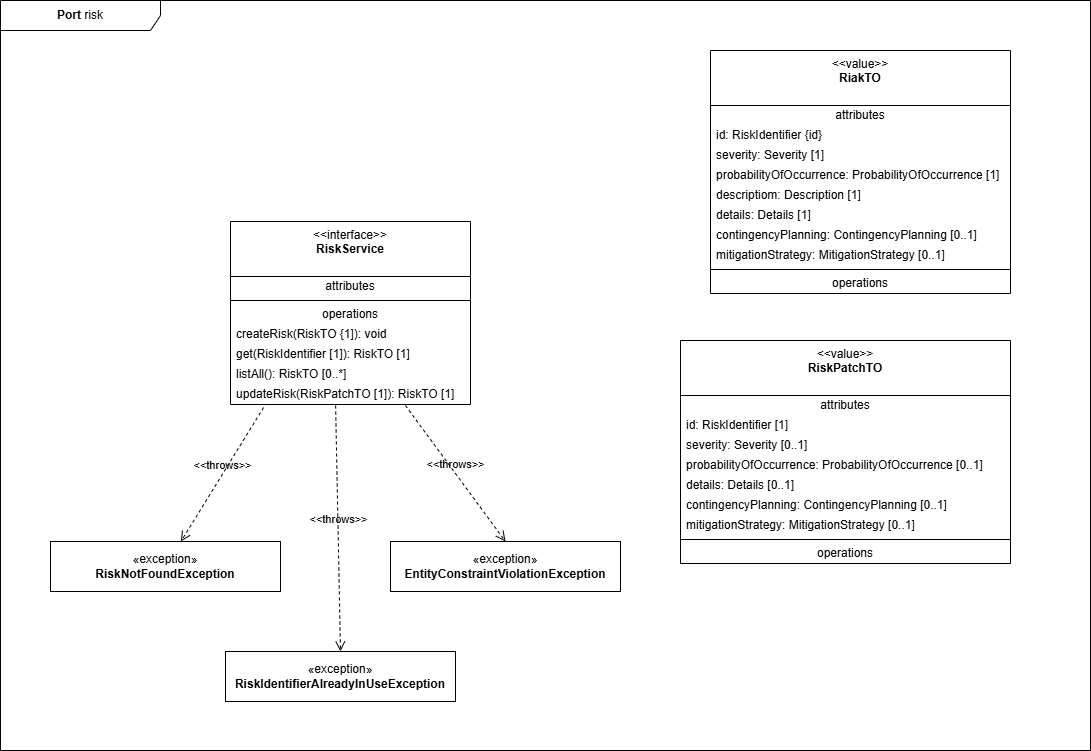
stueberm1/riskmanager keeps this draw.io diagram as documentation/arc-documentation/images/05_building_block_view/coresystem/port-core-in-risk.drawio.png. Above is the earlier version. Source tidied: cells renumbered, new cells last; positions are measured from the earlier drawing's top-left corner, leaving out a move shared by most shapes.
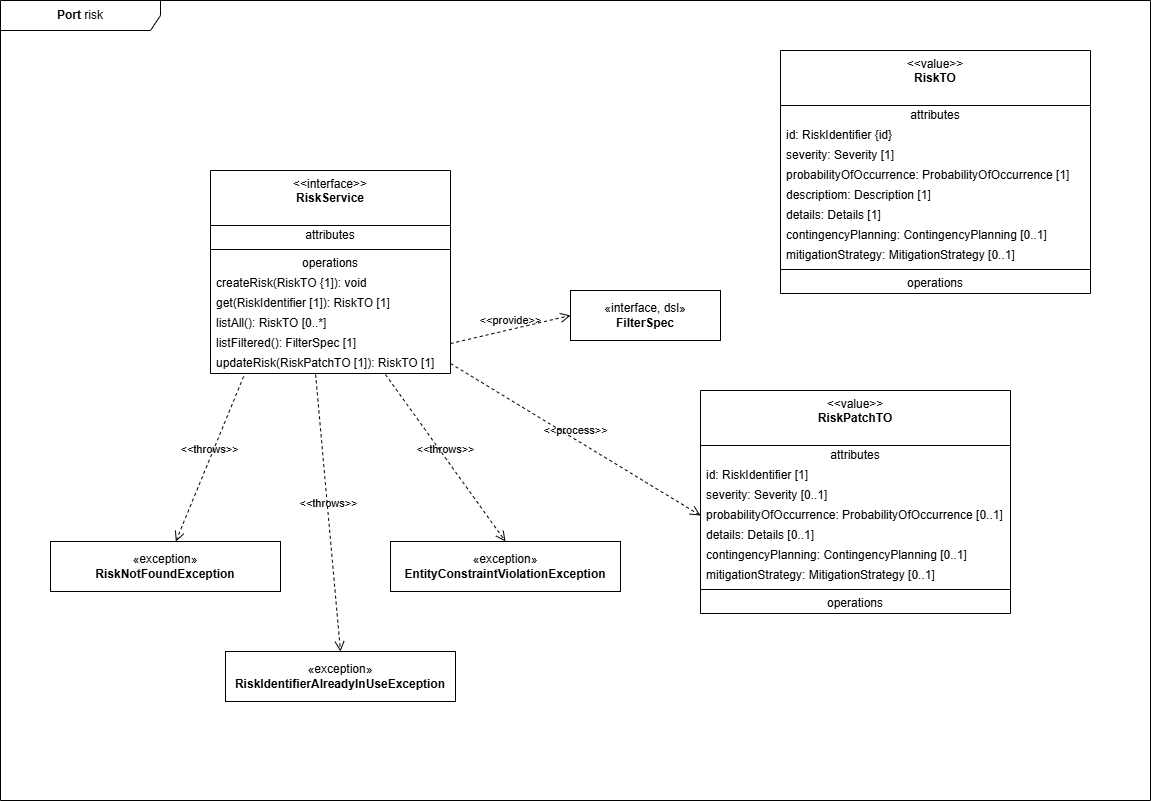
Later version of the same file.

What changed in the source:
```diff
@@ -3,10 +3,10 @@
     <mxCell id="0" />
     <mxCell id="1" parent="0" />
     <mxCell id="2" value="&lt;b&gt;Port&lt;/b&gt;&amp;nbsp;risk" style="shape=umlFrame;whiteSpace=wrap;html=1;width=160;" parent="1" vertex="1">
-      <mxGeometry width="1090" height="750" as="geometry" />
+      <mxGeometry width="1150" height="800" as="geometry" />
     </mxCell>
     <mxCell id="3" value="&amp;lt;&amp;lt;interface&amp;gt;&amp;gt;&lt;br&gt;&lt;b&gt;RiskService&lt;/b&gt;" style="swimlane;fontStyle=0;align=center;verticalAlign=top;horizontal=1;startSize=55;html=1;whiteSpace=wrap;" parent="2" vertex="1">
-      <mxGeometry x="230" y="221" width="240" height="183" as="geometry" />
+      <mxGeometry x="210" y="170" width="240" height="203" as="geometry" />
     </mxCell>
     <mxCell id="4" value="attributes" style="text;html=1;strokeColor=none;fillColor=none;align=center;verticalAlign=middle;spacingLeft=4;spacingRight=4;overflow=hidden;whiteSpace=wrap;" parent="3" vertex="1">
       <mxGeometry y="55" width="240" height="20" as="geometry" />
@@ -26,71 +26,74 @@
     <mxCell id="9" value="listAll(): RiskTO [0..*]" style="text;html=1;strokeColor=none;fillColor=none;align=left;verticalAlign=middle;spacingLeft=4;spacingRight=4;overflow=hidden;whiteSpace=wrap;" parent="3" vertex="1">
       <mxGeometry y="143" width="240" height="20" as="geometry" />
     </mxCell>
+    <mxCell id="38" value="listFiltered(): FilterSpec [1]" style="text;html=1;strokeColor=none;fillColor=none;align=left;verticalAlign=middle;spacingLeft=4;spacingRight=4;overflow=hidden;points=[[0,0.5],[1,0.5]];portConstraint=eastwest;whiteSpace=wrap;" parent="3" vertex="1">
+      <mxGeometry y="163" width="240" height="20" as="geometry" />
+    </mxCell>
     <mxCell id="10" value="updateRisk(RiskPatchTO [1]): RiskTO [1]" style="text;html=1;strokeColor=none;fillColor=none;align=left;verticalAlign=middle;spacingLeft=4;spacingRight=4;overflow=hidden;points=[[0,0.5],[1,0.5]];portConstraint=eastwest;whiteSpace=wrap;" parent="3" vertex="1">
-      <mxGeometry y="163" width="240" height="20" as="geometry" />
+      <mxGeometry y="183" width="240" height="20" as="geometry" />
     </mxCell>
-    <mxCell id="11" value="&amp;lt;&amp;lt;value&amp;gt;&amp;gt;&lt;br&gt;&lt;b&gt;RiakTO&lt;/b&gt;" style="swimlane;fontStyle=0;align=center;verticalAlign=top;horizontal=1;startSize=55;html=1;whiteSpace=wrap;" parent="2" vertex="1">
-      <mxGeometry x="710" y="50" width="300" height="243" as="geometry" />
+    <mxCell id="11" value="&amp;lt;&amp;lt;value&amp;gt;&amp;gt;&lt;br&gt;&lt;b&gt;RiskTO&lt;/b&gt;" style="swimlane;fontStyle=0;align=center;verticalAlign=top;horizontal=1;startSize=55;html=1;whiteSpace=wrap;" parent="2" vertex="1">
+      <mxGeometry x="780" y="50" width="310" height="243" as="geometry" />
     </mxCell>
     <mxCell id="12" value="attributes" style="text;html=1;strokeColor=none;fillColor=none;align=center;verticalAlign=middle;spacingLeft=4;spacingRight=4;overflow=hidden;whiteSpace=wrap;" parent="11" vertex="1">
-      <mxGeometry y="55" width="300" height="20" as="geometry" />
+      <mxGeometry y="55" width="310" height="20" as="geometry" />
     </mxCell>
     <mxCell id="13" value="id: RiskIdentifier {id}" style="text;html=1;strokeColor=none;fillColor=none;align=left;verticalAlign=middle;spacingLeft=4;spacingRight=4;overflow=hidden;whiteSpace=wrap;" parent="11" vertex="1">
-      <mxGeometry y="75" width="300" height="20" as="geometry" />
+      <mxGeometry y="75" width="310" height="20" as="geometry" />
     </mxCell>
     <mxCell id="14" value="severity: Severity [1]" style="text;html=1;strokeColor=none;fillColor=none;align=left;verticalAlign=middle;spacingLeft=4;spacingRight=4;overflow=hidden;whiteSpace=wrap;" parent="11" vertex="1">
-      <mxGeometry y="95" width="300" height="20" as="geometry" />
+      <mxGeometry y="95" width="310" height="20" as="geometry" />
     </mxCell>
     <mxCell id="15" value="probabilityOfOccurrence: ProbabilityOfOccurrence [1]" style="text;html=1;strokeColor=none;fillColor=none;align=left;verticalAlign=middle;spacingLeft=4;spacingRight=4;overflow=hidden;whiteSpace=wrap;" parent="11" vertex="1">
-      <mxGeometry y="115" width="300" height="20" as="geometry" />
+      <mxGeometry y="115" width="310" height="20" as="geometry" />
     </mxCell>
     <mxCell id="16" value="descriptiom: Description [1]" style="text;html=1;strokeColor=none;fillColor=none;align=left;verticalAlign=middle;spacingLeft=4;spacingRight=4;overflow=hidden;whiteSpace=wrap;" parent="11" vertex="1">
-      <mxGeometry y="135" width="300" height="20" as="geometry" />
+      <mxGeometry y="135" width="310" height="20" as="geometry" />
     </mxCell>
     <mxCell id="17" value="details: Details [1]" style="text;html=1;strokeColor=none;fillColor=none;align=left;verticalAlign=middle;spacingLeft=4;spacingRight=4;overflow=hidden;whiteSpace=wrap;" parent="11" vertex="1">
-      <mxGeometry y="155" width="300" height="20" as="geometry" />
+      <mxGeometry y="155" width="310" height="20" as="geometry" />
     </mxCell>
     <mxCell id="18" value="contingencyPlanning: ContingencyPlanning [0..1]" style="text;html=1;strokeColor=none;fillColor=none;align=left;verticalAlign=middle;spacingLeft=4;spacingRight=4;overflow=hidden;whiteSpace=wrap;" parent="11" vertex="1">
-      <mxGeometry y="175" width="300" height="20" as="geometry" />
+      <mxGeometry y="175" width="310" height="20" as="geometry" />
     </mxCell>
     <mxCell id="19" value="mitigationStrategy: MitigationStrategy [0..1]" style="text;html=1;strokeColor=none;fillColor=none;align=left;verticalAlign=middle;spacingLeft=4;spacingRight=4;overflow=hidden;whiteSpace=wrap;" parent="11" vertex="1">
-      <mxGeometry y="195" width="300" height="20" as="geometry" />
+      <mxGeometry y="195" width="310" height="20" as="geometry" />
     </mxCell>
     <mxCell id="20" style="line;strokeWidth=1;fillColor=none;align=left;verticalAlign=middle;spacingTop=-1;spacingLeft=3;spacingRight=3;labelPosition=right;" parent="11" vertex="1">
-      <mxGeometry y="215" width="300" height="8" as="geometry" />
+      <mxGeometry y="215" width="310" height="8" as="geometry" />
     </mxCell>
     <mxCell id="21" value="operations" style="text;html=1;strokeColor=none;fillColor=none;align=center;verticalAlign=middle;spacingLeft=4;spacingRight=4;overflow=hidden;whiteSpace=wrap;" parent="11" vertex="1">
-      <mxGeometry y="223" width="300" height="20" as="geometry" />
+      <mxGeometry y="223" width="310" height="20" as="geometry" />
     </mxCell>
     <mxCell id="22" value="&amp;lt;&amp;lt;value&amp;gt;&amp;gt;&lt;br&gt;&lt;b&gt;RiskPatchTO&lt;/b&gt;" style="swimlane;fontStyle=0;align=center;verticalAlign=top;horizontal=1;startSize=55;html=1;whiteSpace=wrap;" parent="2" vertex="1">
-      <mxGeometry x="680" y="340" width="330" height="223" as="geometry" />
+      <mxGeometry x="700" y="390" width="310" height="223" as="geometry" />
     </mxCell>
     <mxCell id="23" value="attributes" style="text;html=1;strokeColor=none;fillColor=none;align=center;verticalAlign=middle;spacingLeft=4;spacingRight=4;overflow=hidden;whiteSpace=wrap;" parent="22" vertex="1">
-      <mxGeometry y="55" width="330" height="20" as="geometry" />
+      <mxGeometry y="55" width="310" height="20" as="geometry" />
     </mxCell>
     <mxCell id="24" value="id: RiskIdentifier [1]" style="text;html=1;strokeColor=none;fillColor=none;align=left;verticalAlign=middle;spacingLeft=4;spacingRight=4;overflow=hidden;whiteSpace=wrap;" parent="22" vertex="1">
-      <mxGeometry y="75" width="330" height="20" as="geometry" />
+      <mxGeometry y="75" width="310" height="20" as="geometry" />
     </mxCell>
     <mxCell id="25" value="severity: Severity [0..1]" style="text;html=1;strokeColor=none;fillColor=none;align=left;verticalAlign=middle;spacingLeft=4;spacingRight=4;overflow=hidden;whiteSpace=wrap;" parent="22" vertex="1">
-      <mxGeometry y="95" width="330" height="20" as="geometry" />
+      <mxGeometry y="95" width="310" height="20" as="geometry" />
     </mxCell>
     <mxCell id="26" value="probabilityOfOccurrence: ProbabilityOfOccurrence [0..1]" style="text;html=1;strokeColor=none;fillColor=none;align=left;verticalAlign=middle;spacingLeft=4;spacingRight=4;overflow=hidden;points=[[0,0.5],[1,0.5]];portConstraint=eastwest;whiteSpace=wrap;" parent="22" vertex="1">
-      <mxGeometry y="115" width="330" height="20" as="geometry" />
+      <mxGeometry y="115" width="310" height="20" as="geometry" />
     </mxCell>
     <mxCell id="27" value="details: Details [0..1]" style="text;html=1;strokeColor=none;fillColor=none;align=left;verticalAlign=middle;spacingLeft=4;spacingRight=4;overflow=hidden;whiteSpace=wrap;" parent="22" vertex="1">
-      <mxGeometry y="135" width="330" height="20" as="geometry" />
+      <mxGeometry y="135" width="310" height="20" as="geometry" />
     </mxCell>
     <mxCell id="28" value="contingencyPlanning: ContingencyPlanning [0..1]" style="text;html=1;strokeColor=none;fillColor=none;align=left;verticalAlign=middle;spacingLeft=4;spacingRight=4;overflow=hidden;whiteSpace=wrap;" parent="22" vertex="1">
-      <mxGeometry y="155" width="330" height="20" as="geometry" />
+      <mxGeometry y="155" width="310" height="20" as="geometry" />
     </mxCell>
     <mxCell id="29" value="mitigationStrategy: MitigationStrategy [0..1]" style="text;html=1;strokeColor=none;fillColor=none;align=left;verticalAlign=middle;spacingLeft=4;spacingRight=4;overflow=hidden;whiteSpace=wrap;" parent="22" vertex="1">
-      <mxGeometry y="175" width="330" height="20" as="geometry" />
+      <mxGeometry y="175" width="310" height="20" as="geometry" />
     </mxCell>
     <mxCell id="30" style="line;strokeWidth=1;fillColor=none;align=left;verticalAlign=middle;spacingTop=-1;spacingLeft=3;spacingRight=3;labelPosition=right;" parent="22" vertex="1">
-      <mxGeometry y="195" width="330" height="8" as="geometry" />
+      <mxGeometry y="195" width="310" height="8" as="geometry" />
     </mxCell>
     <mxCell id="31" value="operations" style="text;html=1;strokeColor=none;fillColor=none;align=center;verticalAlign=middle;spacingLeft=4;spacingRight=4;overflow=hidden;whiteSpace=wrap;" parent="22" vertex="1">
-      <mxGeometry y="203" width="330" height="20" as="geometry" />
+      <mxGeometry y="203" width="310" height="20" as="geometry" />
     </mxCell>
     <mxCell id="32" value="«exception»&lt;br&gt;&lt;b&gt;EntityConstraintViolationException&lt;/b&gt;" style="html=1;whiteSpace=wrap;" parent="2" vertex="1">
       <mxGeometry x="390" y="541" width="230" height="50" as="geometry" />
@@ -110,5 +113,14 @@
     <mxCell id="37" value="&amp;lt;&amp;lt;throws&amp;gt;&amp;gt;" style="endArrow=open;startArrow=none;endFill=0;startFill=0;endSize=8;html=1;verticalAlign=bottom;dashed=1;labelBackgroundColor=none;rounded=0;exitX=0.729;exitY=1.05;exitDx=0;exitDy=0;exitPerimeter=0;entryX=0.5;entryY=0;entryDx=0;entryDy=0;" parent="2" edge="1" source="10" target="32">
       <mxGeometry relative="1" as="geometry" />
     </mxCell>
+    <mxCell id="39" value="«interface, dsl»&lt;br&gt;&lt;b&gt;FilterSpec&lt;/b&gt;" style="html=1;whiteSpace=wrap;" parent="2" vertex="1">
+      <mxGeometry x="570" y="290" width="150" height="50" as="geometry" />
+    </mxCell>
+    <mxCell id="40" value="&amp;lt;&amp;lt;provide&amp;gt;&amp;gt;" style="endArrow=open;startArrow=none;endFill=0;startFill=0;endSize=8;html=1;verticalAlign=bottom;dashed=1;labelBackgroundColor=none;rounded=0;exitX=1;exitY=0.5;exitDx=0;exitDy=0;entryX=0;entryY=0.5;entryDx=0;entryDy=0;" parent="2" edge="1" source="38" target="39">
+      <mxGeometry relative="1" as="geometry" />
+    </mxCell>
+    <mxCell id="41" value="&amp;lt;&amp;lt;process&amp;gt;&amp;gt;" style="endArrow=open;startArrow=none;endFill=0;startFill=0;endSize=8;html=1;verticalAlign=bottom;dashed=1;labelBackgroundColor=none;rounded=0;exitX=1;exitY=0.5;exitDx=0;exitDy=0;entryX=0;entryY=0.5;entryDx=0;entryDy=0;" parent="2" edge="1" source="10" target="26">
+      <mxGeometry relative="1" as="geometry" />
+    </mxCell>
   </root>
 </mxGraphModel>
```
